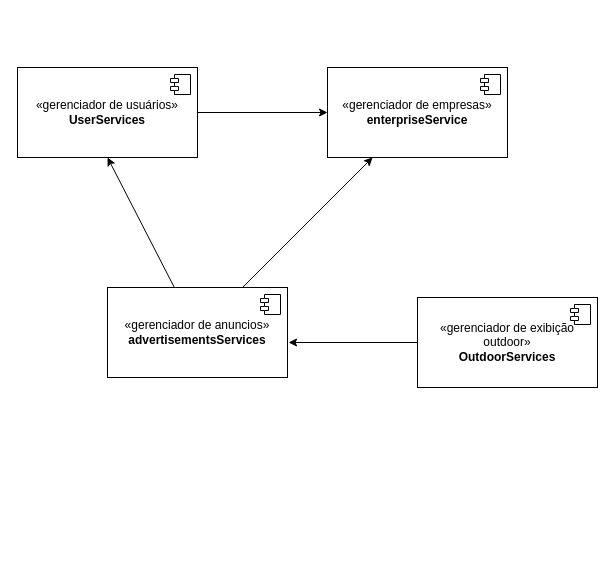
Earlier version of the draw.io diagram page "Diagrama de serviços" (3 of 8) of TDVIEW.drawio (fpspeixoto/Diagramas). Source tidied: cells renumbered, new cells numbered last; positions are measured from the earlier drawing's top-left corner, leaving out a move shared by most shapes. Both pictures are drawn from the tidied source at 100%, with x=0, y=0 at pixel (17, 67).
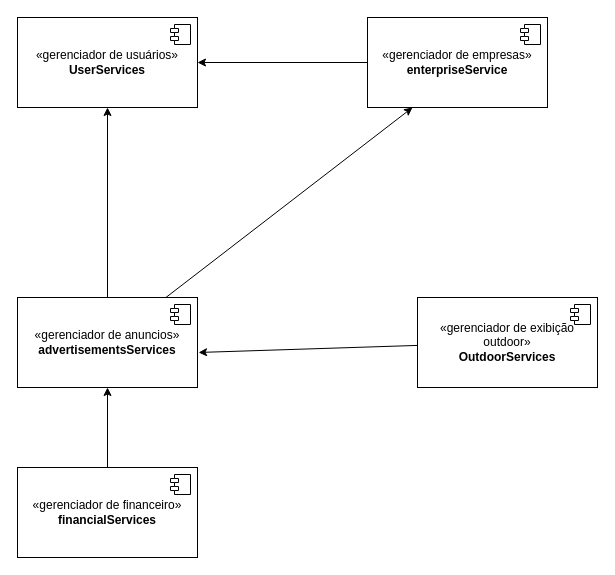
Above is the later version.

The edit, as a diff of the source:
```diff
@@
-    <mxCell id="2" style="edgeStyle=none;rounded=0;jettySize=auto;html=1;" parent="1" edge="1" source="3" target="5">
-      <mxGeometry relative="1" as="geometry" />
-    </mxCell>
     <mxCell id="3" value="«gerenciador de usuários»&lt;br&gt;&lt;b&gt;UserServices&lt;/b&gt;" style="html=1;whiteSpace=wrap;" parent="1" vertex="1">
-      <mxGeometry width="180" height="90" as="geometry" />
+      <mxGeometry y="-50" width="180" height="90" as="geometry" />
     </mxCell>
@@
+    <mxCell id="14" style="edgeStyle=orthogonalEdgeStyle;rounded=0;jettySize=auto;html=1;entryX=1;entryY=0.5;entryDx=0;entryDy=0;" parent="1" edge="1" source="5" target="3">
+      <mxGeometry relative="1" as="geometry" />
+    </mxCell>
     <mxCell id="5" value="«gerenciador de empresas»&lt;br&gt;&lt;b&gt;enterpriseService&lt;/b&gt;" style="html=1;whiteSpace=wrap;" parent="1" vertex="1">
-      <mxGeometry x="310" width="180" height="90" as="geometry" />
+      <mxGeometry x="350" y="-50" width="180" height="90" as="geometry" />
     </mxCell>
@@
     <mxCell id="9" value="«gerenciador de anuncios»&lt;br&gt;&lt;b&gt;advertisementsServices&lt;/b&gt;" style="html=1;whiteSpace=wrap;" parent="1" vertex="1">
-      <mxGeometry x="90" y="220" width="180" height="90" as="geometry" />
+      <mxGeometry y="230" width="180" height="90" as="geometry" />
     </mxCell>
@@
+    <mxCell id="15" style="edgeStyle=orthogonalEdgeStyle;rounded=0;jettySize=auto;html=1;entryX=0.5;entryY=1;entryDx=0;entryDy=0;" parent="1" edge="1" source="16" target="9">
+      <mxGeometry relative="1" as="geometry" />
+    </mxCell>
+    <mxCell id="16" value="«gerenciador de financeiro»&lt;br&gt;&lt;b&gt;financialServices&lt;/b&gt;" style="html=1;whiteSpace=wrap;" parent="1" vertex="1">
+      <mxGeometry y="400" width="180" height="90" as="geometry" />
+    </mxCell>
+    <mxCell id="17" style="shape=module;jettyWidth=8;jettyHeight=4;" parent="16" vertex="1">
+      <mxGeometry x="1" width="20" height="20" relative="1" as="geometry">
+        <mxPoint x="-27" y="7" as="offset" />
+      </mxGeometry>
+    </mxCell>
```
